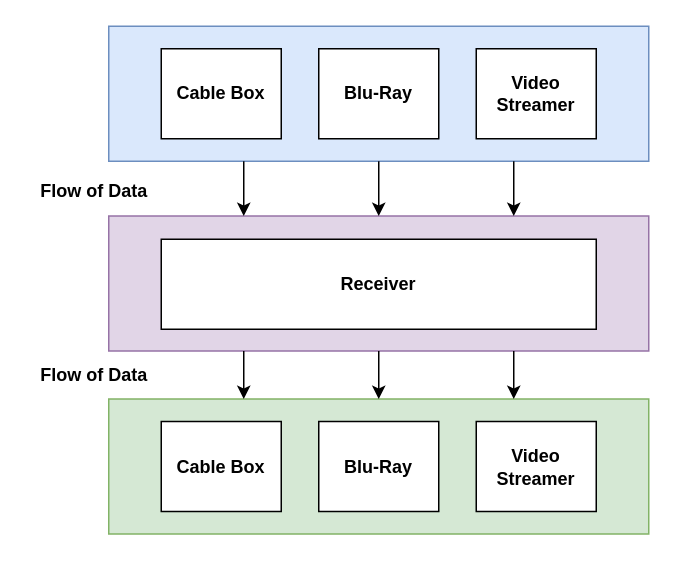
Earlier version of the draw.io diagram MessageBrokerGeneralization.drawio (springzen/Kafka-Series). Source tidied: cells renumbered, new cells numbered last; positions are measured from the earlier drawing's top-left corner, leaving out a move shared by most shapes. Both pictures are drawn from the tidied source at 150%, with x=0, y=0 at pixel (26, 26).
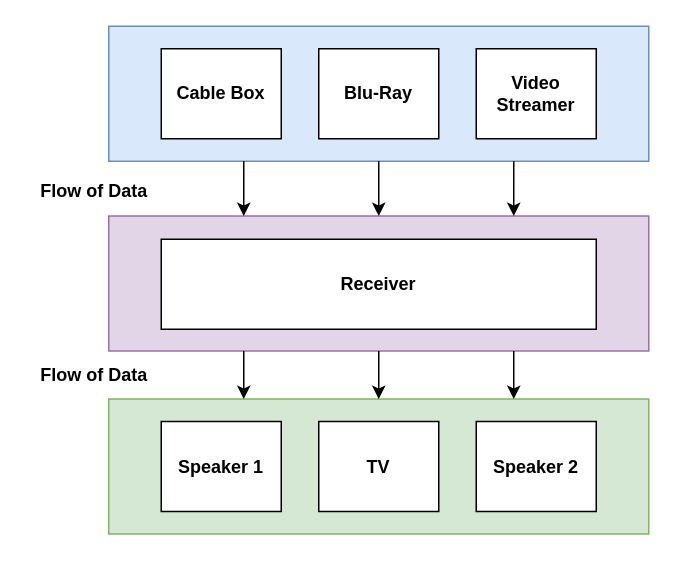
Above is the later version.

What changed in the source:
```diff
@@
 <mxGraphModel>
   <root>
     <mxCell id="0" />
     <mxCell id="1" parent="0" />
     <mxCell id="2" style="rounded=0;whiteSpace=wrap;html=1;fillColor=#d5e8d4;strokeColor=#82b366;" parent="1" vertex="1">
       <mxGeometry x="55" y="248.5" width="360" height="90" as="geometry" />
     </mxCell>
     <mxCell id="3" style="rounded=0;whiteSpace=wrap;html=1;fillColor=#dae8fc;strokeColor=#6c8ebf;" parent="1" vertex="1">
       <mxGeometry x="55" width="360" height="90" as="geometry" />
     </mxCell>
     <mxCell id="4" style="rounded=0;whiteSpace=wrap;html=1;fillColor=#e1d5e7;strokeColor=#9673a6;" parent="1" vertex="1">
       <mxGeometry x="55" y="126.5" width="360" height="90" as="geometry" />
     </mxCell>
     <mxCell id="5" value="&lt;b&gt;Cable Box&lt;/b&gt;" style="rounded=0;whiteSpace=wrap;html=1;" parent="1" vertex="1">
       <mxGeometry x="90" y="15" width="80" height="60" as="geometry" />
     </mxCell>
     <mxCell id="6" style="edgeStyle=orthogonalEdgeStyle;rounded=0;jettySize=auto;html=1;entryX=0.5;entryY=0;entryDx=0;entryDy=0;exitX=0.5;exitY=1;exitDx=0;exitDy=0;" parent="1" edge="1" source="3" target="4">
       <mxGeometry relative="1" as="geometry" />
     </mxCell>
     <mxCell id="7" value="&lt;b&gt;Blu-Ray&lt;/b&gt;" style="rounded=0;whiteSpace=wrap;html=1;" parent="1" vertex="1">
       <mxGeometry x="195" y="15" width="80" height="60" as="geometry" />
     </mxCell>
     <mxCell id="8" value="&lt;b&gt;Video Streamer&lt;/b&gt;" style="rounded=0;whiteSpace=wrap;html=1;" parent="1" vertex="1">
       <mxGeometry x="300" y="15" width="80" height="60" as="geometry" />
     </mxCell>
-    <mxCell id="9" value="&lt;b&gt;Cable Box&lt;/b&gt;" style="rounded=0;whiteSpace=wrap;html=1;" parent="1" vertex="1">
+    <mxCell id="9" value="&lt;b&gt;Speaker 1&lt;/b&gt;" style="rounded=0;whiteSpace=wrap;html=1;" parent="1" vertex="1">
       <mxGeometry x="90" y="263.5" width="80" height="60" as="geometry" />
     </mxCell>
-    <mxCell id="10" value="&lt;b&gt;Blu-Ray&lt;/b&gt;" style="rounded=0;whiteSpace=wrap;html=1;" parent="1" vertex="1">
+    <mxCell id="10" value="&lt;b&gt;TV&lt;/b&gt;" style="rounded=0;whiteSpace=wrap;html=1;" parent="1" vertex="1">
       <mxGeometry x="195" y="263.5" width="80" height="60" as="geometry" />
     </mxCell>
-    <mxCell id="11" value="&lt;b&gt;Video Streamer&lt;/b&gt;" style="rounded=0;whiteSpace=wrap;html=1;" parent="1" vertex="1">
+    <mxCell id="11" value="&lt;b&gt;Speaker 2&lt;/b&gt;" style="rounded=0;whiteSpace=wrap;html=1;" parent="1" vertex="1">
       <mxGeometry x="300" y="263.5" width="80" height="60" as="geometry" />
     </mxCell>
     <mxCell id="12" value="&lt;b&gt;Receiver&lt;/b&gt;" style="rounded=0;whiteSpace=wrap;html=1;" parent="1" vertex="1">
       <mxGeometry x="90" y="142" width="290" height="60" as="geometry" />
     </mxCell>
     <mxCell id="13" style="endArrow=classic;html=1;exitX=0.25;exitY=1;exitDx=0;exitDy=0;entryX=0.25;entryY=0;entryDx=0;entryDy=0;" parent="1" edge="1" source="3" target="4">
       <mxGeometry relative="1" as="geometry" />
     </mxCell>
     <mxCell id="14" style="endArrow=classic;html=1;exitX=0.75;exitY=1;exitDx=0;exitDy=0;entryX=0.75;entryY=0;entryDx=0;entryDy=0;" parent="1" edge="1" source="3" target="4">
       <mxGeometry relative="1" as="geometry" />
     </mxCell>
     <mxCell id="15" style="endArrow=classic;html=1;exitX=0.25;exitY=1;exitDx=0;exitDy=0;entryX=0.25;entryY=0;entryDx=0;entryDy=0;" parent="1" edge="1" source="4" target="2">
       <mxGeometry relative="1" as="geometry" />
     </mxCell>
     <mxCell id="16" style="endArrow=classic;html=1;exitX=0.5;exitY=1;exitDx=0;exitDy=0;entryX=0.5;entryY=0;entryDx=0;entryDy=0;" parent="1" edge="1" source="4" target="2">
       <mxGeometry relative="1" as="geometry" />
     </mxCell>
     <mxCell id="17" style="endArrow=classic;html=1;exitX=0.75;exitY=1;exitDx=0;exitDy=0;entryX=0.75;entryY=0;entryDx=0;entryDy=0;" parent="1" edge="1" source="4" target="2">
       <mxGeometry relative="1" as="geometry" />
     </mxCell>
     <mxCell id="18" value="&lt;b&gt;Flow of Data&lt;/b&gt;" style="text;html=1;align=center;verticalAlign=middle;fillColor=none;strokeColor=none;rounded=0;" parent="1" vertex="1">
       <mxGeometry y="100" width="90" height="20" as="geometry" />
     </mxCell>
     <mxCell id="19" value="&lt;b&gt;Flow of Data&lt;/b&gt;" style="text;html=1;align=center;verticalAlign=middle;fillColor=none;strokeColor=none;rounded=0;" parent="1" vertex="1">
       <mxGeometry y="222.5" width="90" height="20" as="geometry" />
     </mxCell>
   </root>
 </mxGraphModel>
```
